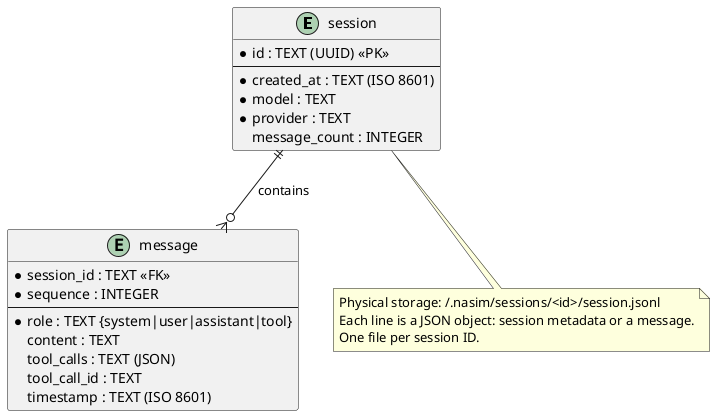
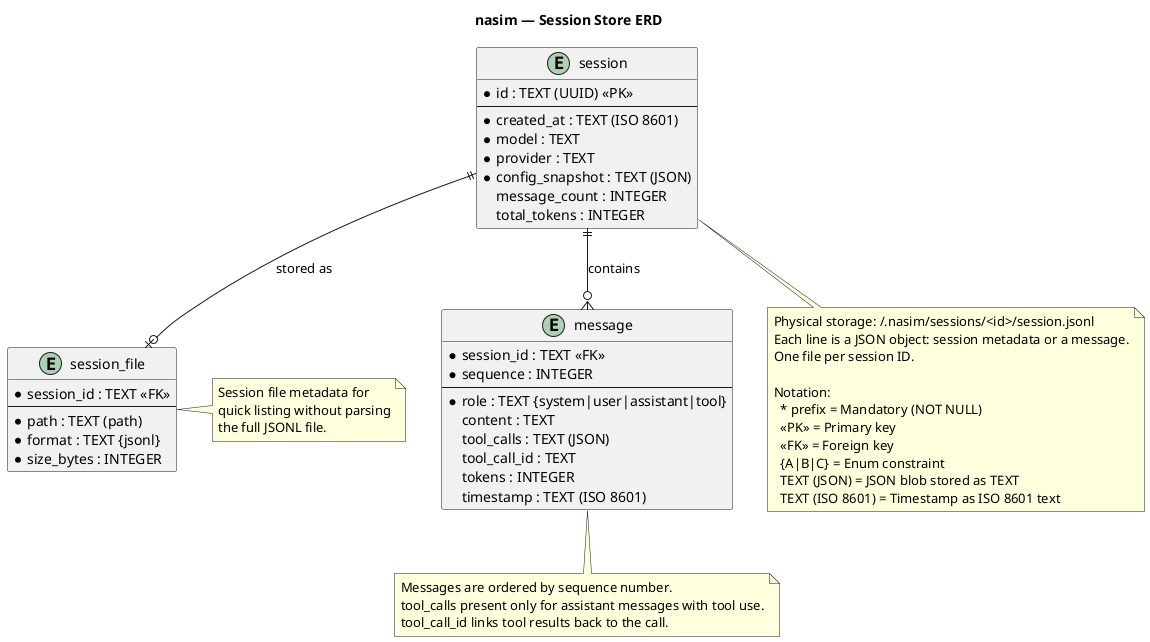
@startuml er_session_store
' ============================================================
' Title:     nasim — Session Store ERD
' Boundary:  nasim code agent CLI
' Purpose:   Physical schema for session JSON Lines store
' Milestone: v1.0
' Version:   2.0.0
' Source:    docs/audit/audit_2026-06-20_capability-and-architecture.md
' Review:    —
' Note:      Minimal ERD — nasim uses JSON Lines files, not a
'            relational database. This documents the logical schema.
' ============================================================

+ title nasim — Session Store ERD
+ 
entity "session" as sess {
    * id : TEXT (UUID) <<PK>>
    --
    * created_at : TEXT (ISO 8601)
    * model : TEXT
    * provider : TEXT
+     * config_snapshot : TEXT (JSON)
    message_count : INTEGER
+     total_tokens : INTEGER
}

entity "message" as msg {
    * session_id : TEXT <<FK>>
    * sequence : INTEGER
    --
    * role : TEXT {system|user|assistant|tool}
    content : TEXT
    tool_calls : TEXT (JSON)
    tool_call_id : TEXT
+     tokens : INTEGER
    timestamp : TEXT (ISO 8601)
}

+ entity "session_file" as sf {
+     * session_id : TEXT <<FK>>
+     --
+     * path : TEXT (path)
+     * format : TEXT {jsonl}
+     * size_bytes : INTEGER
+ }
+ 
sess ||--o{ msg : "contains"
+ sess ||--o| sf : "stored as"

note bottom of sess
  Physical storage: ~/.nasim/sessions/<id>/session.jsonl
  Each line is a JSON object: session metadata or a message.
  One file per session ID.
+ 
+   Notation:
+     * prefix = Mandatory (NOT NULL)
+     <<PK>> = Primary key
+     <<FK>> = Foreign key
+     {A|B|C} = Enum constraint
+     TEXT (JSON) = JSON blob stored as TEXT
+     TEXT (ISO 8601) = Timestamp as ISO 8601 text
+ end note
+ 
+ note bottom of msg
+   Messages are ordered by sequence number.
+   tool_calls present only for assistant messages with tool use.
+   tool_call_id links tool results back to the call.
+ end note
+ 
+ note right of sf
+   Session file metadata for
+   quick listing without parsing
+   the full JSONL file.
end note

@enduml
